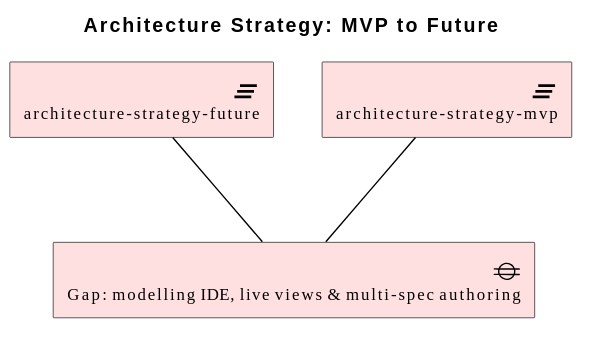
This is architecture/model/diagrams/migration/architecture-strategy-transition.svg from wolffy-au/frictionless-architect, a PlantUML export, as it was before one commit. Its diagram source:
```plantuml
@startuml
!include <archimate/Archimate>

title Architecture Strategy: MVP to Future

Implementation_Gap(e_id2732b8c8dfb058, "Gap: modelling IDE, live views & multi-spec authoring")
Implementation_Plateau(e_id29b6db45badb5c, "architecture-strategy-future")
Implementation_Plateau(e_id726fa9a2d0835f, "architecture-strategy-mvp")

Rel_Association(e_id726fa9a2d0835f, e_id2732b8c8dfb058, "")
Rel_Association(e_id29b6db45badb5c, e_id2732b8c8dfb058, "")
@enduml
```
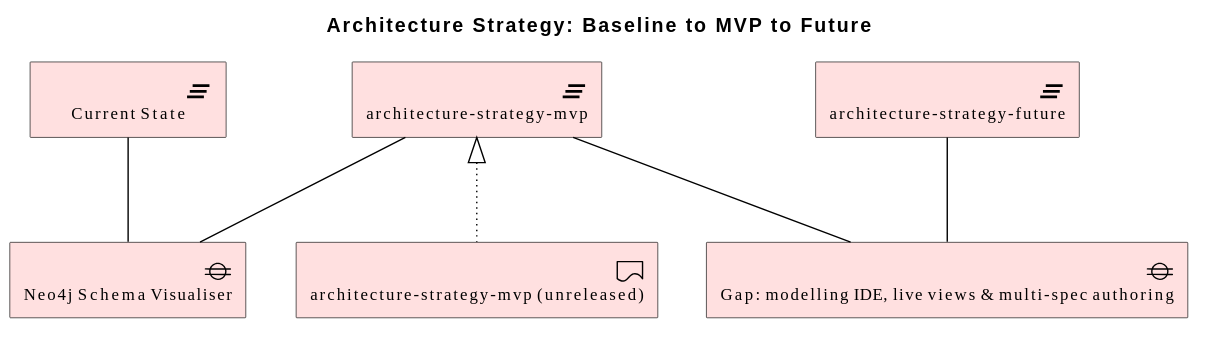
The same file after the commit.

Commit message:
feat(model): extend transition view back to the current-state baseline

Change to the diagram source:
```diff
@@ -1,12 +1,18 @@
 @startuml
 !include <archimate/Archimate>
 
-title Architecture Strategy: MVP to Future
+title Architecture Strategy: Baseline to MVP to Future
 
+Implementation_Plateau(e_id4accde76fa5858, "Current State")
+Implementation_Gap(e_id957bea8a8f2755, "Neo4j Schema Visualiser")
 Implementation_Gap(e_id2732b8c8dfb058, "Gap: modelling IDE, live views & multi-spec authoring")
+Implementation_Deliverable(e_id891b59559d2954, "architecture-strategy-mvp (unreleased)")
 Implementation_Plateau(e_id29b6db45badb5c, "architecture-strategy-future")
 Implementation_Plateau(e_id726fa9a2d0835f, "architecture-strategy-mvp")
 
+Rel_Association(e_id4accde76fa5858, e_id957bea8a8f2755, "")
+Rel_Association(e_id726fa9a2d0835f, e_id957bea8a8f2755, "")
 Rel_Association(e_id726fa9a2d0835f, e_id2732b8c8dfb058, "")
 Rel_Association(e_id29b6db45badb5c, e_id2732b8c8dfb058, "")
+Rel_Realization_Up(e_id891b59559d2954, e_id726fa9a2d0835f, "")
 @enduml
```
